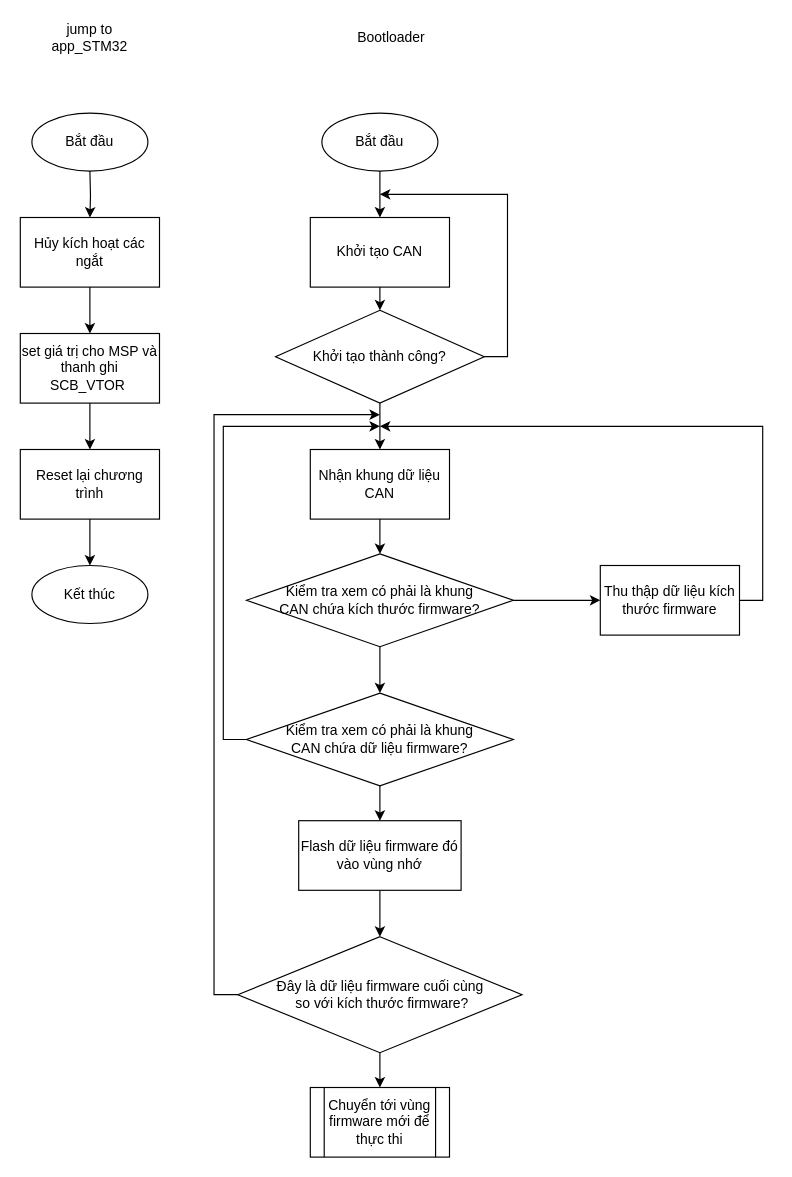
The draw.io diagram page "STM32" (1 of 5) of STM32_01.drawio in thanhtung386/web_iot_interface, before the edit. Source tidied: cells renumbered, new cells numbered last; positions are measured from the earlier drawing's top-left corner, leaving out a move shared by most shapes. Both pictures are drawn from the tidied source at 116%, with x=0, y=0 at pixel (20, 20).
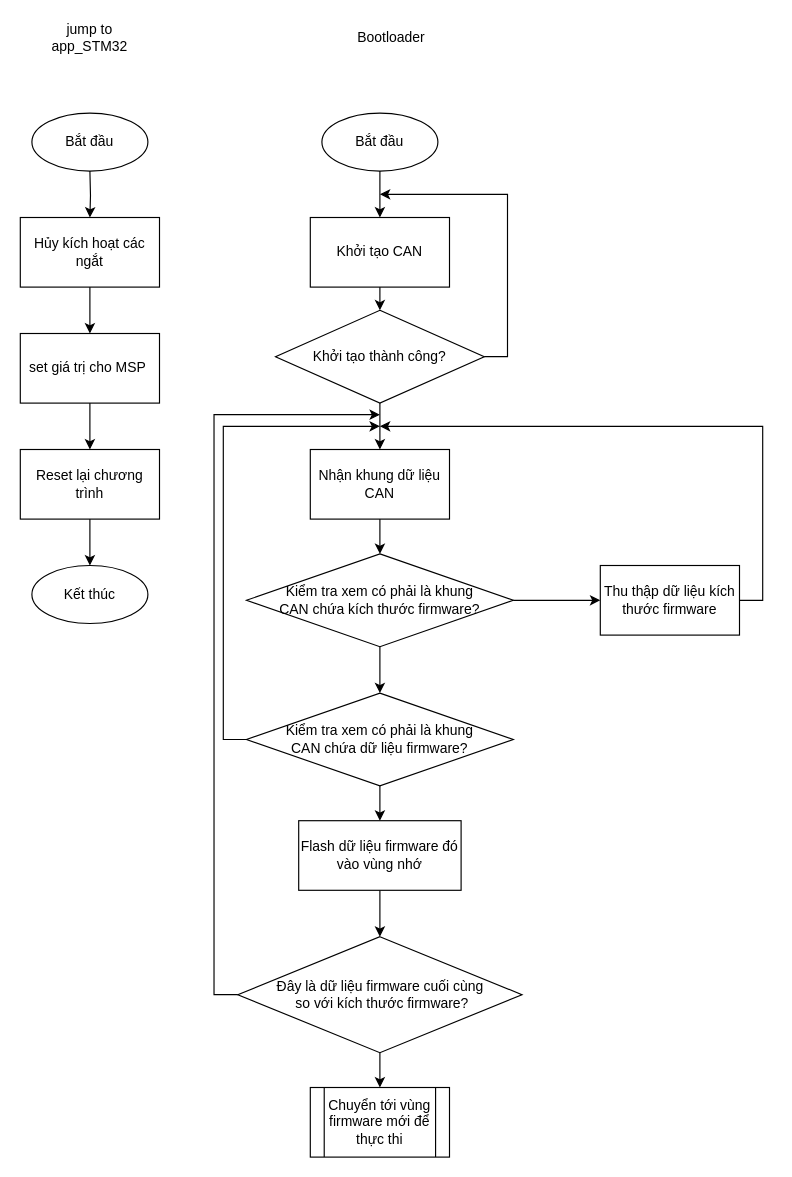
The same page after the edit.

Diff of the diagram source:
```diff
@@
-    <mxCell id="8" value="set giá trị cho MSP và thanh ghi&lt;div&gt;SCB_VTOR&amp;nbsp;&lt;/div&gt;" style="whiteSpace=wrap;html=1;" parent="1" vertex="1">
+    <mxCell id="8" value="set giá trị cho MSP&lt;span style=&quot;background-color: initial;&quot;&gt;&amp;nbsp;&lt;/span&gt;" style="whiteSpace=wrap;html=1;" parent="1" vertex="1">
       <mxGeometry y="270" width="120" height="60" as="geometry" />
     </mxCell>
```
